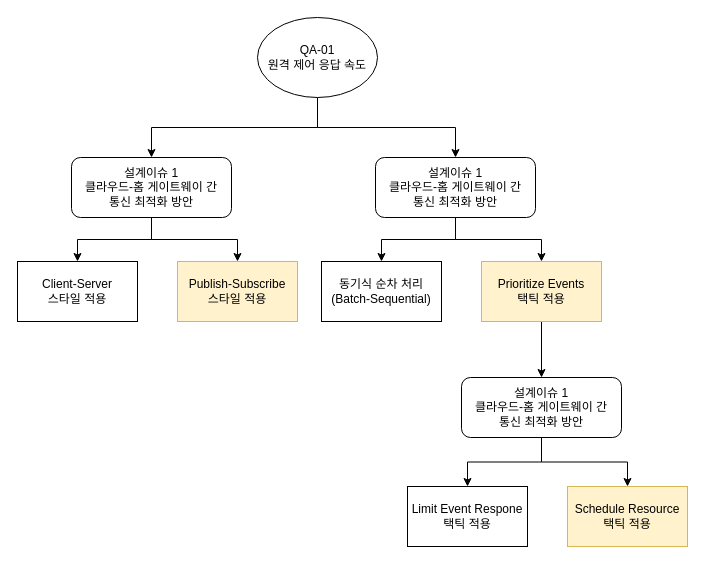
Earlier version of the draw.io diagram page "DD-01" (1 of 2) of QualityDrivenArchitecturalDesign.drawio (GeniusHoon/AssociateArchitect). Source tidied: cells renumbered, new cells numbered last; positions are measured from the earlier drawing's top-left corner, leaving out a move shared by most shapes. Both pictures are drawn from the tidied source at 100%, with x=0, y=0 at pixel (17, 17).
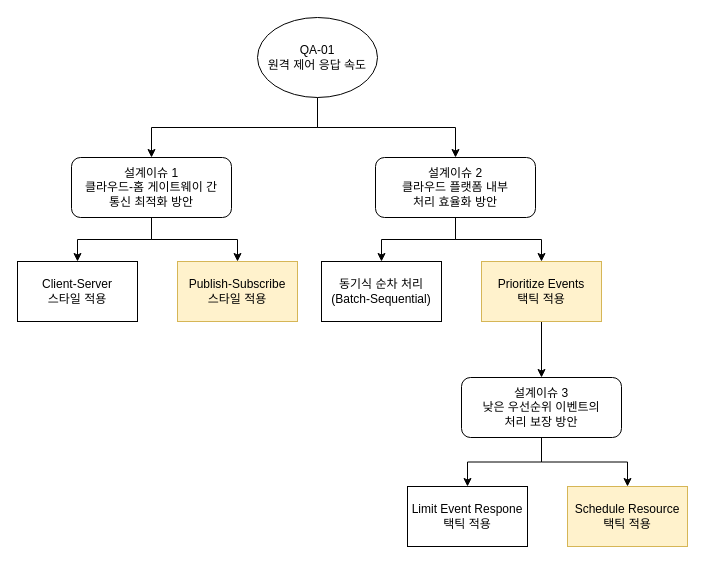
After the change.

Diff of the diagram source:
```diff
@@
-    <mxCell id="12" value="설계이슈 1&lt;div&gt;클라우드-홈 게이트웨이&amp;nbsp;&lt;span style=&quot;background-color: transparent; color: light-dark(rgb(0, 0, 0), rgb(255, 255, 255));&quot;&gt;간&lt;/span&gt;&lt;/div&gt;&lt;div&gt;&lt;span style=&quot;background-color: transparent; color: light-dark(rgb(0, 0, 0), rgb(255, 255, 255));&quot;&gt;통신 최적화 방안&lt;/span&gt;&lt;/div&gt;" style="rounded=1;whiteSpace=wrap;html=1;" parent="1" vertex="1">
+    <mxCell id="12" value="설계이슈 2&lt;div&gt;클라우드 플랫폼 내부&lt;/div&gt;&lt;div&gt;처리 효율화 방안&lt;/div&gt;" style="rounded=1;whiteSpace=wrap;html=1;" parent="1" vertex="1">
       <mxGeometry x="358" y="140" width="160" height="60" as="geometry" />
     </mxCell>
@@
-    <mxCell id="18" value="설계이슈 1&lt;div&gt;클라우드-홈 게이트웨이&amp;nbsp;&lt;span style=&quot;background-color: transparent; color: light-dark(rgb(0, 0, 0), rgb(255, 255, 255));&quot;&gt;간&lt;/span&gt;&lt;/div&gt;&lt;div&gt;&lt;span style=&quot;background-color: transparent; color: light-dark(rgb(0, 0, 0), rgb(255, 255, 255));&quot;&gt;통신 최적화 방안&lt;/span&gt;&lt;/div&gt;" style="rounded=1;whiteSpace=wrap;html=1;" parent="1" vertex="1">
+    <mxCell id="18" value="설계이슈 3&lt;div&gt;낮은 우선순위 이벤트의&lt;/div&gt;&lt;div&gt;처리 보장 방안&lt;/div&gt;" style="rounded=1;whiteSpace=wrap;html=1;" parent="1" vertex="1">
       <mxGeometry x="444" y="360" width="160" height="60" as="geometry" />
     </mxCell>
```
